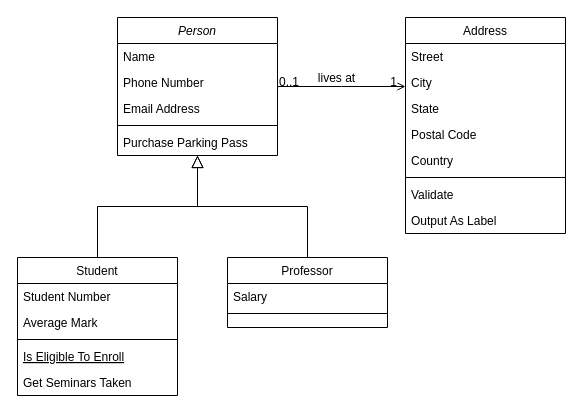
This is 未命名绘图.drawio from Lyxxxxx6/Lyxxxxx6, a draw.io file, before an edit. Source tidied: cells renumbered, new cells numbered last; positions are measured from the earlier drawing's top-left corner, leaving out a move shared by most shapes. Both pictures are drawn from the tidied source at 100%, with x=0, y=0 at pixel (17, 17).
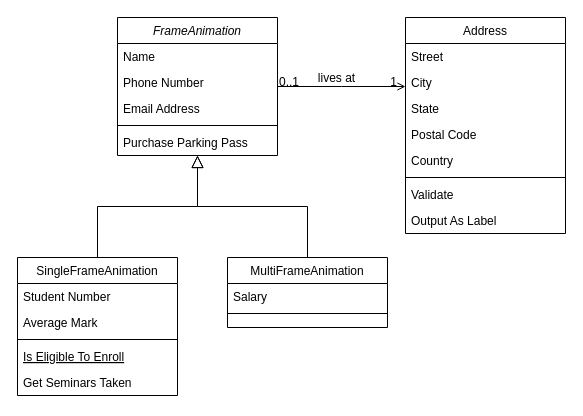
Above is the later version.

Commit message:
更新未命名绘图.drawio

What changed in the source:
```diff
@@
-    <mxCell id="2" value="Person" style="swimlane;fontStyle=2;align=center;verticalAlign=top;horizontal=1;startSize=26;rounded=0;shadow=0;strokeWidth=1;" parent="1" vertex="1">
+    <mxCell id="2" value="FrameAnimation" style="swimlane;fontStyle=2;align=center;verticalAlign=top;horizontal=1;startSize=26;rounded=0;shadow=0;strokeWidth=1;" parent="1" vertex="1">
       <mxGeometry x="100" width="160" height="138" as="geometry" />
     </mxCell>
@@
-    <mxCell id="8" value="Student" style="swimlane;fontStyle=0;align=center;verticalAlign=top;horizontal=1;startSize=26;rounded=0;shadow=0;strokeWidth=1;" parent="1" vertex="1">
+    <mxCell id="8" value="SingleFrameAnimation" style="swimlane;fontStyle=0;align=center;verticalAlign=top;horizontal=1;startSize=26;rounded=0;shadow=0;strokeWidth=1;" parent="1" vertex="1">
       <mxGeometry y="240" width="160" height="138" as="geometry" />
     </mxCell>
@@
-    <mxCell id="15" value="Professor" style="swimlane;fontStyle=0;align=center;verticalAlign=top;horizontal=1;startSize=26;rounded=0;shadow=0;strokeWidth=1;" parent="1" vertex="1">
+    <mxCell id="15" value="MultiFrameAnimation" style="swimlane;fontStyle=0;align=center;verticalAlign=top;horizontal=1;startSize=26;rounded=0;shadow=0;strokeWidth=1;" parent="1" vertex="1">
       <mxGeometry x="210" y="240" width="160" height="70" as="geometry" />
     </mxCell>
```
